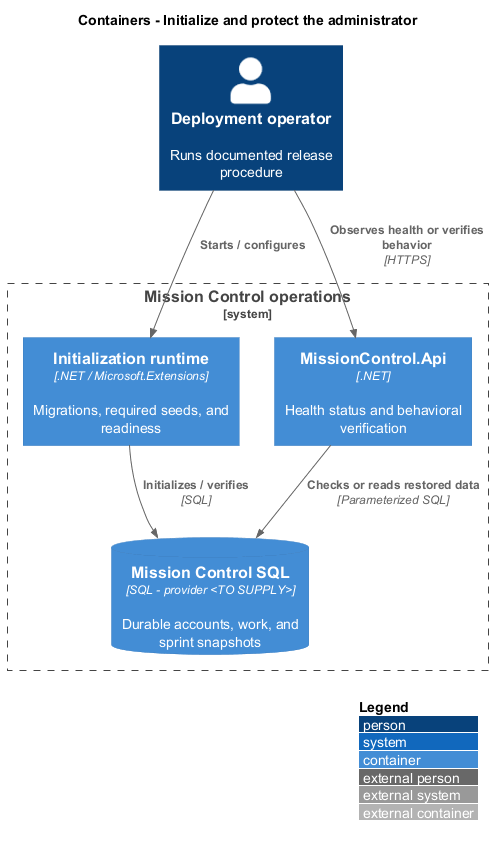
Earlier version of the PlantUML export docs/detailed-designs/identity/initialize-administrator/diagrams/c4-container.png (QuinntyneBrown/mission-control).
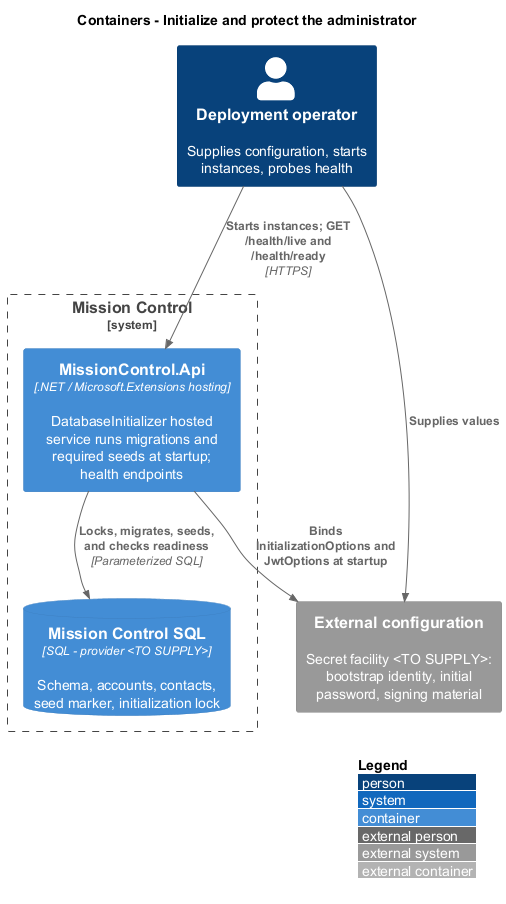
After the commit.

The edit, as a diff of the source:
```diff
@@ -2,14 +2,14 @@
 !include <C4/C4_Container>
 LAYOUT_WITH_LEGEND()
 title Containers - Initialize and protect the administrator
-Person(actor, "Deployment operator", "Runs documented release procedure")
-System_Boundary(mc, "Mission Control operations") {
-  Container(runner, "Initialization runtime", ".NET / Microsoft.Extensions", "Migrations, required seeds, and readiness")
-  Container(api, "MissionControl.Api", ".NET", "Health status and behavioral verification")
-  ContainerDb(db, "Mission Control SQL", "SQL - provider <TO SUPPLY>", "Durable accounts, work, and sprint snapshots")
+Person(actor, "Deployment operator", "Supplies configuration, starts instances, probes health")
+System_Boundary(mc, "Mission Control") {
+  Container(api, "MissionControl.Api", ".NET / Microsoft.Extensions hosting", "DatabaseInitializer hosted service runs migrations and required seeds at startup; health endpoints")
+  ContainerDb(db, "Mission Control SQL", "SQL - provider <TO SUPPLY>", "Schema, accounts, contacts, seed marker, initialization lock")
 }
-Rel(actor, runner, "Starts / configures")
-Rel(runner, db, "Initializes / verifies", "SQL")
-Rel(actor, api, "Observes health or verifies behavior", "HTTPS")
-Rel(api, db, "Checks or reads restored data", "Parameterized SQL")
+System_Ext(config, "External configuration", "Secret facility <TO SUPPLY>: bootstrap identity, initial password, signing material")
+Rel(actor, config, "Supplies values")
+Rel(actor, api, "Starts instances; GET /health/live and /health/ready", "HTTPS")
+Rel(api, config, "Binds InitializationOptions and JwtOptions at startup")
+Rel(api, db, "Locks, migrates, seeds, and checks readiness", "Parameterized SQL")
 @enduml
```
